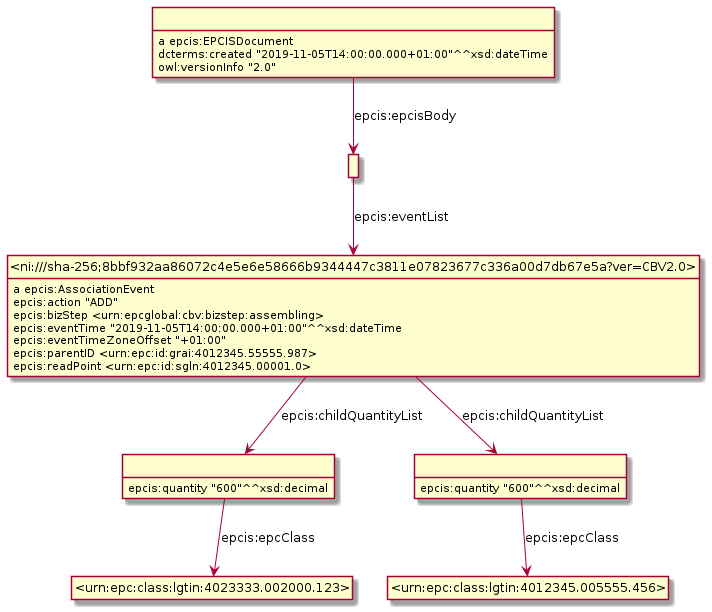
Earlier version of the PlantUML export Diagrams/AssociationEvent/AssociationEvent-e.png (gs1/EPCIS).
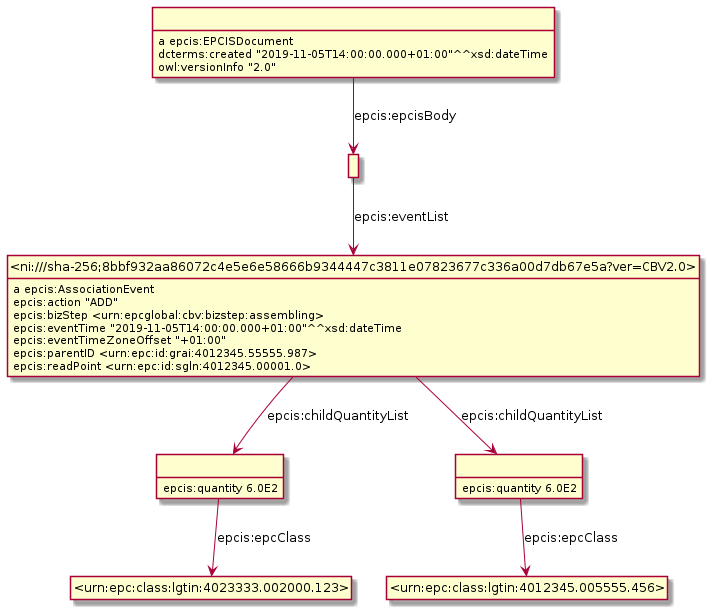
The same diagram one commit later.

Diff of the diagram source:
```diff
@@ -3,29 +3,29 @@
 hide empty attributes
 hide circle
 skinparam classAttributeIconSize 0
-class _r1623307987r1_ as " "
+class _r1623934126r0_ as " "
+_r1623934126r0_ : a epcis:EPCISDocument
+class _r1623934126r1_ as " "
+_r1623934126r0_ -down-> _r1623934126r1_ : epcis:epcisBody
+_r1623934126r0_ : dcterms:created "2019-11-05T14:00:00.000+01:00"^^xsd:dateTime
+_r1623934126r0_ : owl:versionInfo "2.0"
 class _ni_sha_256_8bbf932aa86072c4e5e6e58666b9344447c3811e07823677c336a00d7db67e5a_ver_CBV2_0_ as "<ni:///sha-256;8bbf932aa86072c4e5e6e58666b9344447c3811e07823677c336a00d7db67e5a?ver=CBV2.0>"
-_r1623307987r1_ -down-> _ni_sha_256_8bbf932aa86072c4e5e6e58666b9344447c3811e07823677c336a00d7db67e5a_ver_CBV2_0_ : epcis:eventList
-class _r1623307987r3_ as " "
-class _urn_epc_class_lgtin_4023333_002000_123_ as "<urn:epc:class:lgtin:4023333.002000.123>"
-_r1623307987r3_ -down-> _urn_epc_class_lgtin_4023333_002000_123_ : epcis:epcClass
-_r1623307987r3_ : epcis:quantity "600"^^xsd:decimal
 _ni_sha_256_8bbf932aa86072c4e5e6e58666b9344447c3811e07823677c336a00d7db67e5a_ver_CBV2_0_ : a epcis:AssociationEvent
-class _r1623307987r2_ as " "
-_ni_sha_256_8bbf932aa86072c4e5e6e58666b9344447c3811e07823677c336a00d7db67e5a_ver_CBV2_0_ -down-> _r1623307987r2_ : epcis:childQuantityList
-_ni_sha_256_8bbf932aa86072c4e5e6e58666b9344447c3811e07823677c336a00d7db67e5a_ver_CBV2_0_ -down-> _r1623307987r3_ : epcis:childQuantityList
+class _r1623934126r3_ as " "
+_ni_sha_256_8bbf932aa86072c4e5e6e58666b9344447c3811e07823677c336a00d7db67e5a_ver_CBV2_0_ -down-> _r1623934126r3_ : epcis:childQuantityList
+class _r1623934126r2_ as " "
+_ni_sha_256_8bbf932aa86072c4e5e6e58666b9344447c3811e07823677c336a00d7db67e5a_ver_CBV2_0_ -down-> _r1623934126r2_ : epcis:childQuantityList
 _ni_sha_256_8bbf932aa86072c4e5e6e58666b9344447c3811e07823677c336a00d7db67e5a_ver_CBV2_0_ : epcis:action "ADD"
 _ni_sha_256_8bbf932aa86072c4e5e6e58666b9344447c3811e07823677c336a00d7db67e5a_ver_CBV2_0_ : epcis:bizStep <urn:epcglobal:cbv:bizstep:assembling>
 _ni_sha_256_8bbf932aa86072c4e5e6e58666b9344447c3811e07823677c336a00d7db67e5a_ver_CBV2_0_ : epcis:eventTime "2019-11-05T14:00:00.000+01:00"^^xsd:dateTime
 _ni_sha_256_8bbf932aa86072c4e5e6e58666b9344447c3811e07823677c336a00d7db67e5a_ver_CBV2_0_ : epcis:eventTimeZoneOffset "+01:00"
 _ni_sha_256_8bbf932aa86072c4e5e6e58666b9344447c3811e07823677c336a00d7db67e5a_ver_CBV2_0_ : epcis:parentID <urn:epc:id:grai:4012345.55555.987>
 _ni_sha_256_8bbf932aa86072c4e5e6e58666b9344447c3811e07823677c336a00d7db67e5a_ver_CBV2_0_ : epcis:readPoint <urn:epc:id:sgln:4012345.00001.0>
-class _r1623307987r0_ as " "
-_r1623307987r0_ : a epcis:EPCISDocument
-_r1623307987r0_ -down-> _r1623307987r1_ : epcis:epcisBody
-_r1623307987r0_ : dcterms:created "2019-11-05T14:00:00.000+01:00"^^xsd:dateTime
-_r1623307987r0_ : owl:versionInfo "2.0"
 class _urn_epc_class_lgtin_4012345_005555_456_ as "<urn:epc:class:lgtin:4012345.005555.456>"
-_r1623307987r2_ -down-> _urn_epc_class_lgtin_4012345_005555_456_ : epcis:epcClass
-_r1623307987r2_ : epcis:quantity "600"^^xsd:decimal
+_r1623934126r2_ -down-> _urn_epc_class_lgtin_4012345_005555_456_ : epcis:epcClass
+_r1623934126r2_ : epcis:quantity 6.0E2
+class _urn_epc_class_lgtin_4023333_002000_123_ as "<urn:epc:class:lgtin:4023333.002000.123>"
+_r1623934126r3_ -down-> _urn_epc_class_lgtin_4023333_002000_123_ : epcis:epcClass
+_r1623934126r3_ : epcis:quantity 6.0E2
+_r1623934126r1_ -down-> _ni_sha_256_8bbf932aa86072c4e5e6e58666b9344447c3811e07823677c336a00d7db67e5a_ver_CBV2_0_ : epcis:eventList
 @enduml
```
